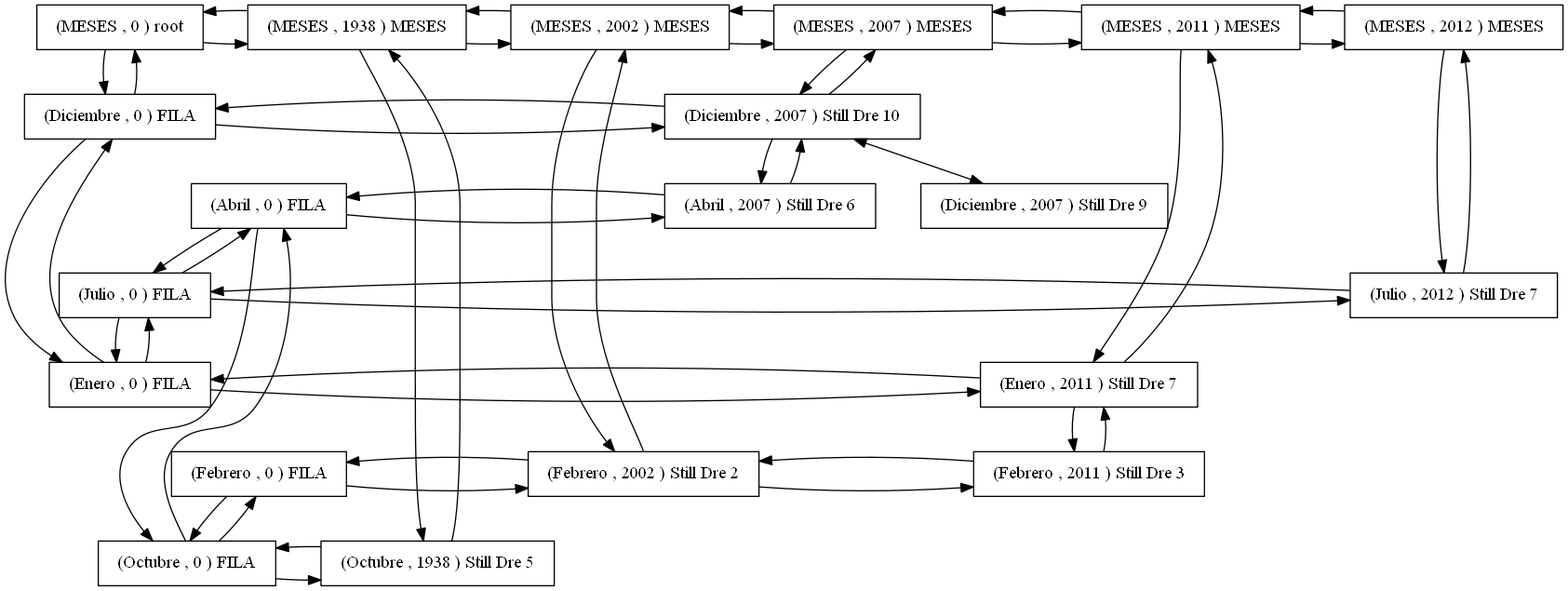
Before: Proyecto 1/report/Alfredo_Discografy.png, a diagram exported from Graphviz (oscarc99/EDD_DIC_2019_PY1_201709140). Its source is kept beside it as Proyecto 1/report/Alfredo_Discografy.dot.
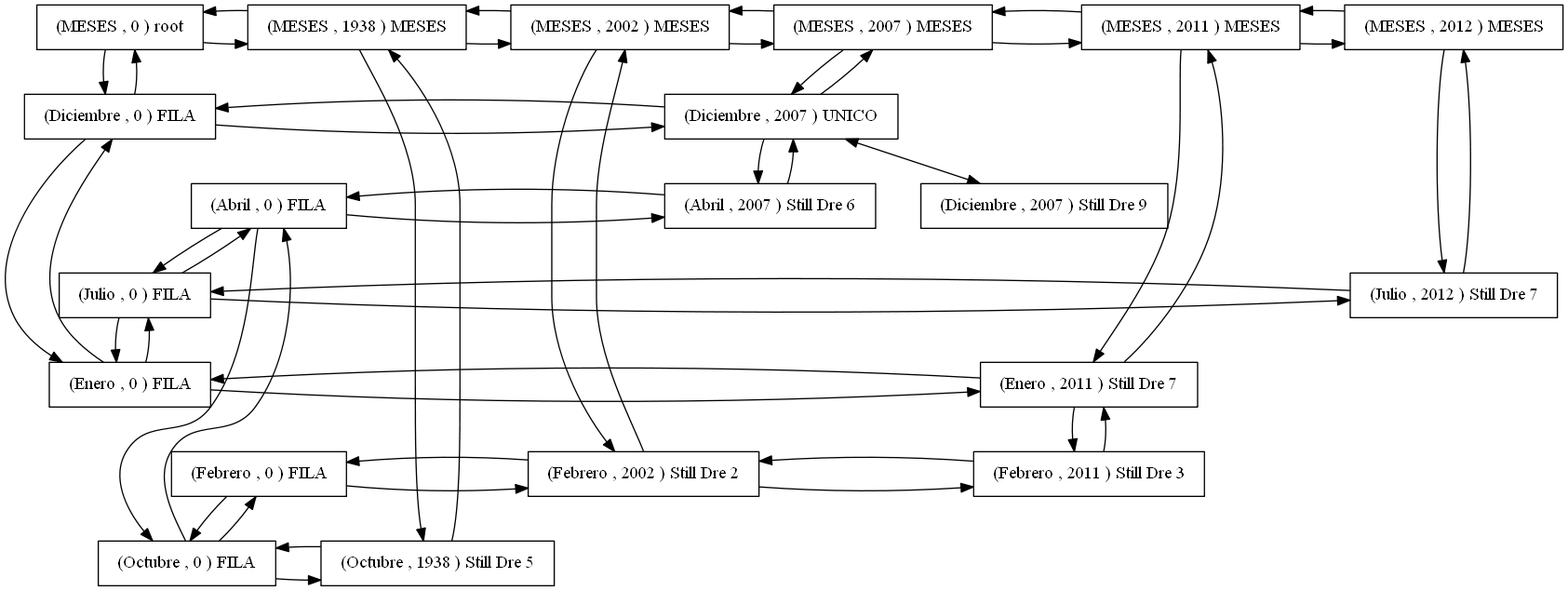
Later version of the same file.

Diff of the diagram source:
```diff
@@ -8,9 +8,9 @@
 nodeMESES2011 [label = "  (MESES , 2011 ) MESES  " ];
 nodeMESES2012 [label = "  (MESES , 2012 ) MESES  " ];
 nodeDiciembre0 [label = "  (Diciembre , 0 ) FILA  " ];
-nodeDiciembre2007 [label = "  (Diciembre , 2007 ) Still Dre 10  " ];
+nodeDiciembre2007 [label = "  (Diciembre , 2007 ) UNICO  " ];
 node1Diciembre2007 [label = "  (Diciembre , 2007 ) Still Dre 9  " ];
-nodeDiciembre2007 [label = "  (Diciembre , 2007 ) Still Dre 10  " ];
+nodeDiciembre2007 [label = "  (Diciembre , 2007 ) UNICO  " ];
 nodeEnero0 [label = "  (Enero , 0 ) FILA  " ];
 nodeEnero2011 [label = "  (Enero , 2011 ) Still Dre 7  " ];
 nodeJulio0 [label = "  (Julio , 0 ) FILA  " ];
```
